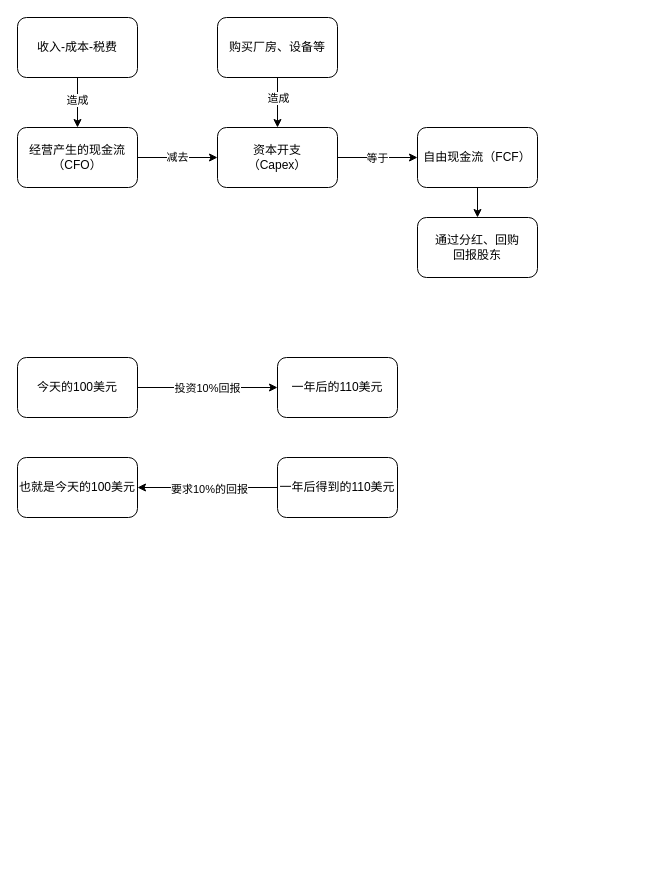
Before: General Concepts.drawio in haibint/diagrams, a draw.io diagram. Source tidied: cells renumbered, new cells numbered last; positions are measured from the earlier drawing's top-left corner, leaving out a move shared by most shapes. Both pictures are drawn from the tidied source at 100%, with x=0, y=0 at pixel (17, 17).
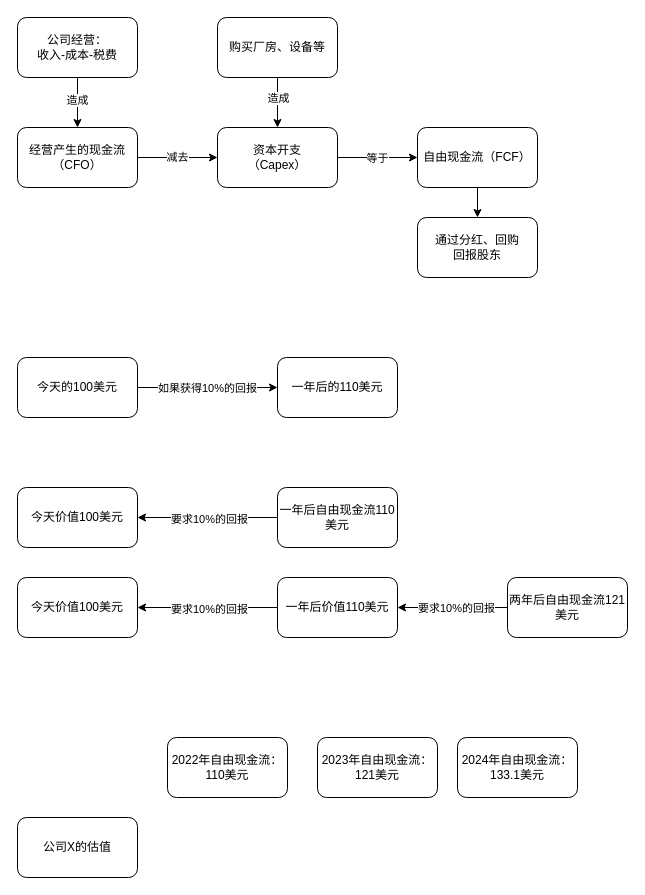
The same diagram, later.

The change refers to these unchanged cells:
```xml
<mxCell id="2" style="edgeStyle=orthogonalEdgeStyle;rounded=0;jettySize=auto;html=1;" parent="1" edge="1" source="4" target="5">
  <mxGeometry relative="1" as="geometry" />
</mxCell>
```

The edit, as a diff of the source:
```diff
@@
-    <mxCell id="3" value="投资10%回报" style="edgeLabel;html=1;align=center;verticalAlign=middle;" parent="2" vertex="1">
+    <mxCell id="3" value="如果获得10%的回报" style="edgeLabel;html=1;align=center;verticalAlign=middle;" parent="2" vertex="1">
       <mxGeometry x="-0.02" relative="1" as="geometry" />
     </mxCell>
@@
-    <mxCell id="6" value="也就是今天的100美元" style="rounded=1;whiteSpace=wrap;html=1;" parent="1" vertex="1">
-      <mxGeometry y="440" width="120" height="60" as="geometry" />
+    <mxCell id="6" value="今天价值100美元" style="rounded=1;whiteSpace=wrap;html=1;" parent="1" vertex="1">
+      <mxGeometry y="470" width="120" height="60" as="geometry" />
     </mxCell>
@@
-    <mxCell id="9" value="一年后得到的110美元" style="rounded=1;whiteSpace=wrap;html=1;" parent="1" vertex="1">
-      <mxGeometry x="260" y="440" width="120" height="60" as="geometry" />
+    <mxCell id="9" value="一年后自由现金流110美元" style="rounded=1;whiteSpace=wrap;html=1;" parent="1" vertex="1">
+      <mxGeometry x="260" y="470" width="120" height="60" as="geometry" />
     </mxCell>
@@
-    <mxCell id="20" value="收入-成本-税费" style="rounded=1;whiteSpace=wrap;html=1;" parent="1" vertex="1">
+    <mxCell id="20" value="公司经营：&lt;br&gt;收入-成本-税费" style="rounded=1;whiteSpace=wrap;html=1;" parent="1" vertex="1">
       <mxGeometry width="120" height="60" as="geometry" />
     </mxCell>
@@
+    <mxCell id="25" value="2022年自由现金流：&lt;br&gt;110美元" style="rounded=1;whiteSpace=wrap;html=1;" parent="1" vertex="1">
+      <mxGeometry x="150" y="720" width="120" height="60" as="geometry" />
+    </mxCell>
+    <mxCell id="26" value="2023年自由现金流：&lt;br&gt;121美元" style="rounded=1;whiteSpace=wrap;html=1;" parent="1" vertex="1">
+      <mxGeometry x="300" y="720" width="120" height="60" as="geometry" />
+    </mxCell>
+    <mxCell id="27" value="2024年自由现金流：&lt;br&gt;133.1美元" style="rounded=1;whiteSpace=wrap;html=1;" parent="1" vertex="1">
+      <mxGeometry x="440" y="720" width="120" height="60" as="geometry" />
+    </mxCell>
+    <mxCell id="28" value="&lt;span&gt;公司X的估值&lt;/span&gt;" style="rounded=1;whiteSpace=wrap;html=1;" parent="1" vertex="1">
+      <mxGeometry y="800" width="120" height="60" as="geometry" />
+    </mxCell>
+    <mxCell id="29" value="今天价值100美元" style="rounded=1;whiteSpace=wrap;html=1;" parent="1" vertex="1">
+      <mxGeometry y="560" width="120" height="60" as="geometry" />
+    </mxCell>
+    <mxCell id="30" style="edgeStyle=orthogonalEdgeStyle;rounded=0;jettySize=auto;html=1;entryX=1;entryY=0.5;entryDx=0;entryDy=0;" parent="1" edge="1" source="32" target="29">
+      <mxGeometry relative="1" as="geometry" />
+    </mxCell>
+    <mxCell id="31" value="要求10%的回报" style="edgeLabel;html=1;align=center;verticalAlign=middle;" parent="30" vertex="1">
+      <mxGeometry x="-0.01" y="1" relative="1" as="geometry" />
+    </mxCell>
+    <mxCell id="32" value="一年后价值110美元" style="rounded=1;whiteSpace=wrap;html=1;" parent="1" vertex="1">
+      <mxGeometry x="260" y="560" width="120" height="60" as="geometry" />
+    </mxCell>
+    <mxCell id="33" style="edgeStyle=orthogonalEdgeStyle;rounded=0;jettySize=auto;html=1;entryX=1;entryY=0.5;entryDx=0;entryDy=0;" parent="1" edge="1" source="35" target="32">
+      <mxGeometry relative="1" as="geometry" />
+    </mxCell>
+    <mxCell id="34" value="要求10%的回报" style="edgeLabel;html=1;align=center;verticalAlign=middle;" parent="33" vertex="1">
+      <mxGeometry x="-0.06" relative="1" as="geometry" />
+    </mxCell>
+    <mxCell id="35" value="两年后自由现金流121美元" style="rounded=1;whiteSpace=wrap;html=1;" parent="1" vertex="1">
+      <mxGeometry x="490" y="560" width="120" height="60" as="geometry" />
+    </mxCell>
```
